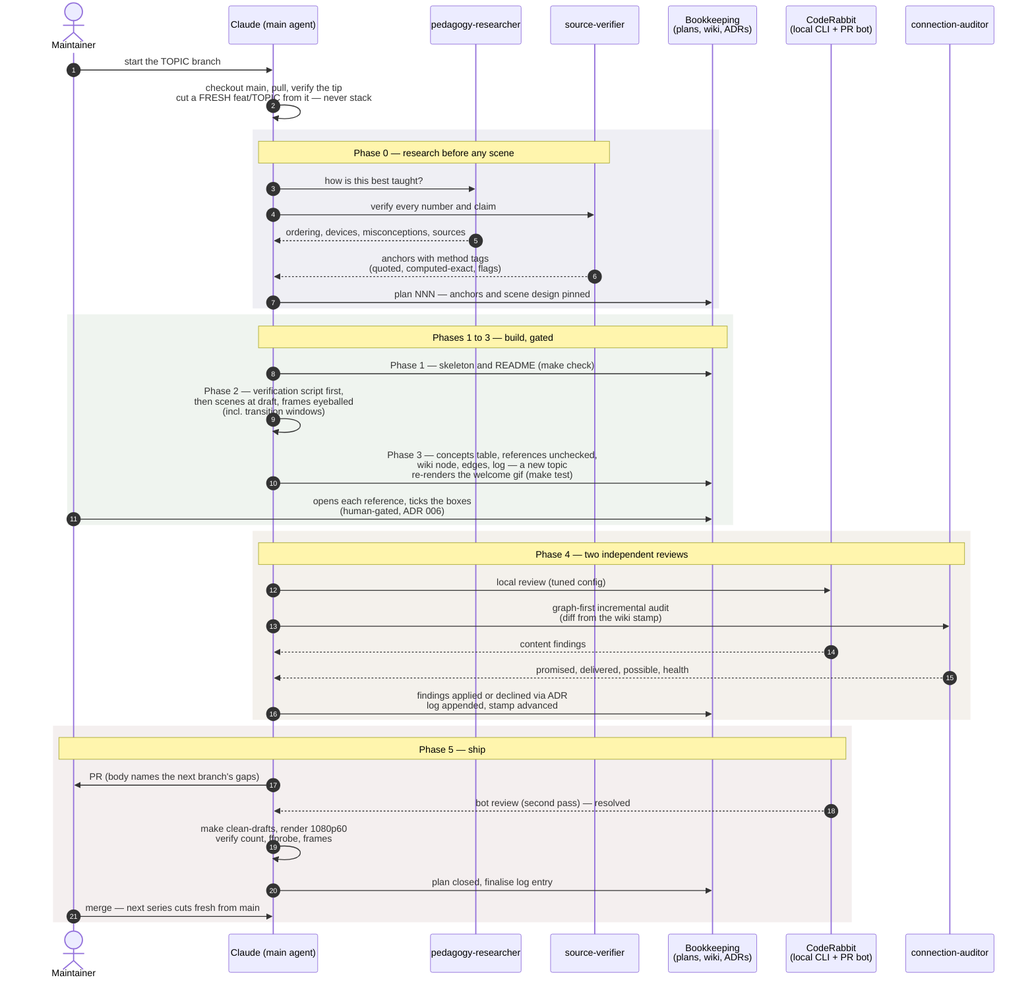
JohnYanez95/manim-concepts keeps this Mermaid diagram as docs/workflow.png. Above is the earlier version. Its source is kept beside it as docs/workflow.mmd.
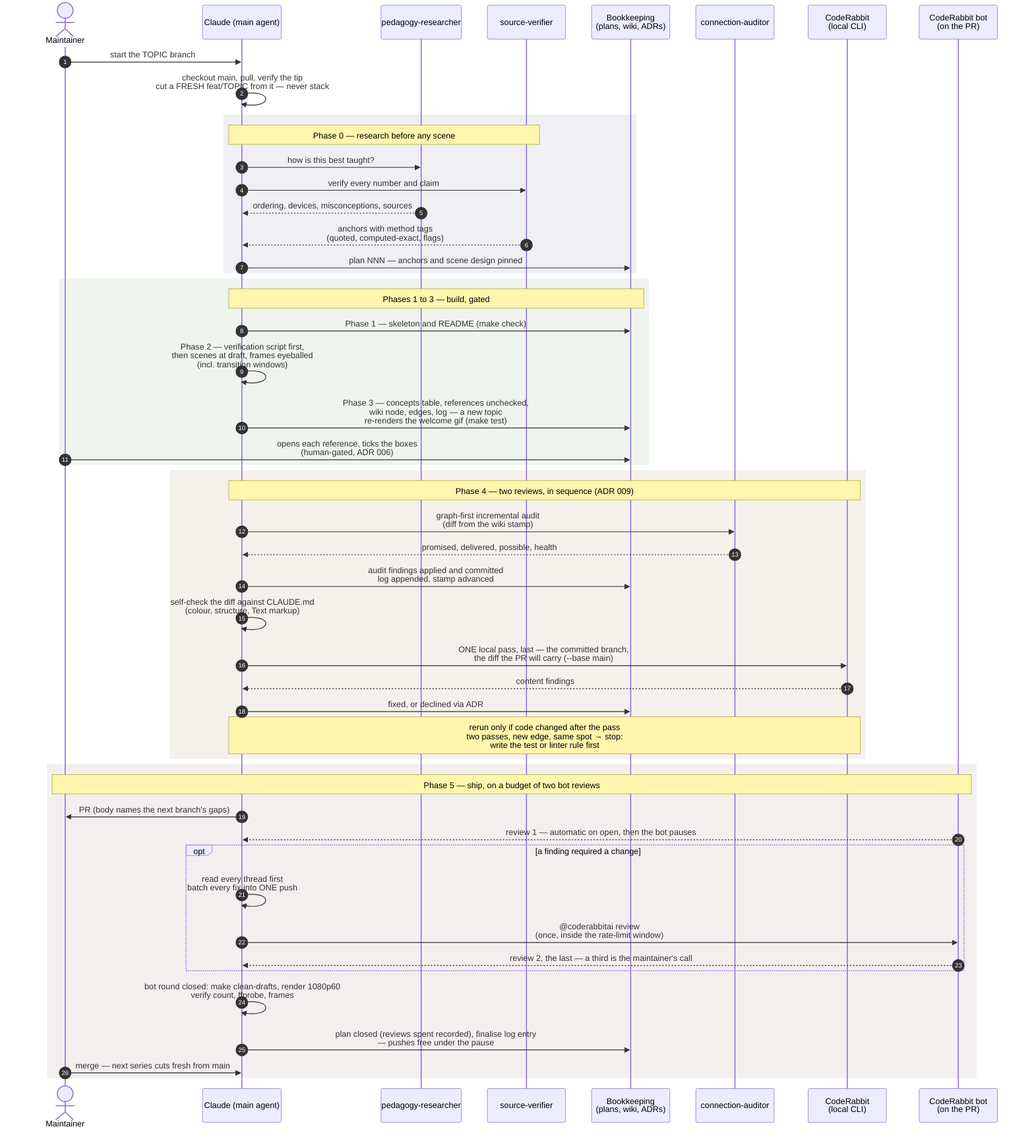
Later version of the same file.

Commit message:
plan 018 phase 2: the workflow diagram redrawn — phase 4 in sequence, phase 5 on a budget of two bot reviews

Diff of the diagram source:
```diff
@@ -5,8 +5,9 @@
     participant PR as pedagogy-researcher
     participant SV as source-verifier
     participant B as Bookkeeping<br/>(plans, wiki, ADRs)
-    participant CR as CodeRabbit<br/>(local CLI + PR bot)
     participant CA as connection-auditor
+    participant CR as CodeRabbit<br/>(local CLI)
+    participant Bot as CodeRabbit bot<br/>(on the PR)
 
     M->>C: start the TOPIC branch
     C->>C: checkout main, pull, verify the tip<br/>cut a FRESH feat/TOPIC from it — never stack
@@ -29,19 +30,27 @@
     end
 
     rect rgba(160, 140, 100, 0.12)
-        note over C, CA: Phase 4 — two independent reviews
-        C->>CR: local review (tuned config)
+        note over C, CR: Phase 4 — two reviews, in sequence (ADR 009)
         C->>CA: graph-first incremental audit<br/>(diff from the wiki stamp)
+        CA-->>C: promised, delivered, possible, health
+        C->>B: audit findings applied and committed<br/>log appended, stamp advanced
+        C->>C: self-check the diff against CLAUDE.md<br/>(colour, structure, Text markup)
+        C->>CR: ONE local pass, last — the committed branch,<br/>the diff the PR will carry (--base main)
         CR-->>C: content findings
-        CA-->>C: promised, delivered, possible, health
-        C->>B: findings applied or declined via ADR<br/>log appended, stamp advanced
+        C->>B: fixed, or declined via ADR
+        note over C, CR: rerun only if code changed after the pass<br/>two passes, new edge, same spot → stop:<br/>write the test or linter rule first
     end
 
     rect rgba(160, 120, 120, 0.12)
-        note over M, CR: Phase 5 — ship
+        note over M, Bot: Phase 5 — ship, on a budget of two bot reviews
         C->>M: PR (body names the next branch's gaps)
-        CR-->>C: bot review (second pass) — resolved
-        C->>C: make clean-drafts, render 1080p60<br/>verify count, ffprobe, frames
-        C->>B: plan closed, finalise log entry
+        Bot-->>C: review 1 — automatic on open, then the bot pauses
+        opt a finding required a change
+            C->>C: read every thread first<br/>batch every fix into ONE push
+            C->>Bot: @coderabbitai review<br/>(once, inside the rate-limit window)
+            Bot-->>C: review 2, the last — a third is the maintainer's call
+        end
+        C->>C: bot round closed: make clean-drafts, render 1080p60<br/>verify count, ffprobe, frames
+        C->>B: plan closed (reviews spent recorded), finalise log entry<br/>— pushes free under the pause
         M->>C: merge — next series cuts fresh from main
     end
```
